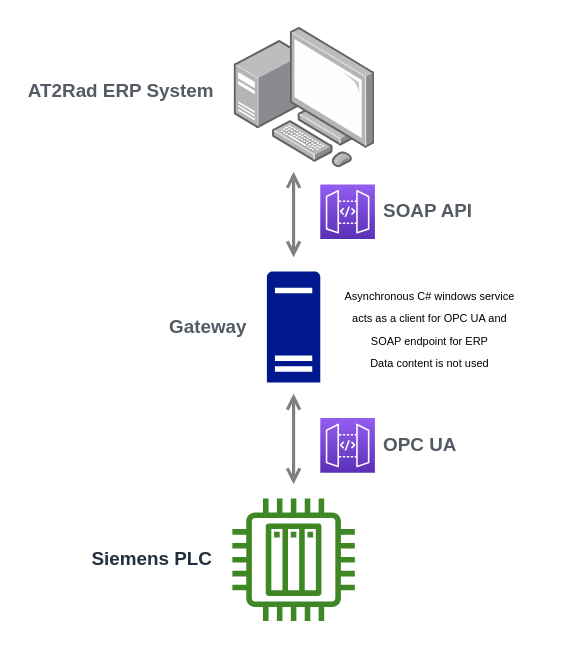
Earlier version of the draw.io diagram Caldan.drawio (GeraltWitcher1/Diagrams). Source tidied: cells renumbered, new cells numbered last; positions are measured from the earlier drawing's top-left corner, leaving out a move shared by most shapes. Both pictures are drawn from the tidied source at 157%, with x=0, y=0 at pixel (232, 27).
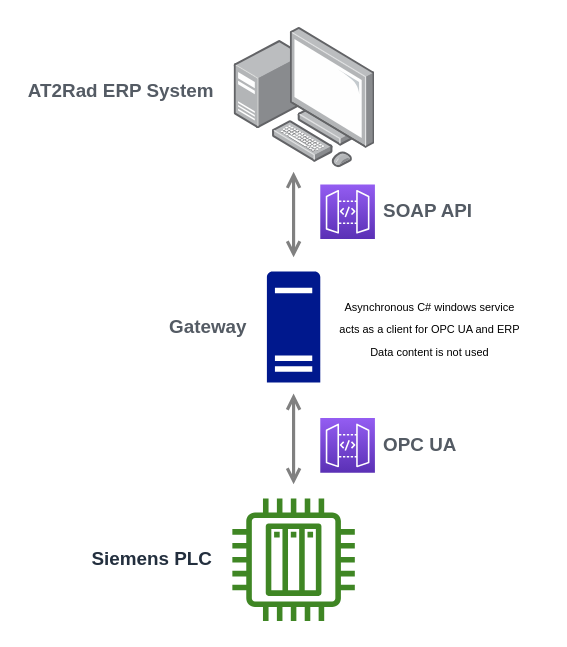
The same page after the edit.

The edit, as a diff of the source:
```diff
@@
 <mxGraphModel>
   <root>
     <mxCell id="0" />
     <mxCell id="1" parent="0" />
     <mxCell id="2" style="edgeStyle=orthogonalEdgeStyle;rounded=0;orthogonalLoop=1;jettySize=auto;html=1;startArrow=open;startFill=0;endArrow=open;endFill=0;strokeWidth=2;strokeColor=#808080;entryX=0.5;entryY=0;entryDx=0;entryDy=0;entryPerimeter=0;" parent="1" edge="1">
       <mxGeometry relative="1" as="geometry">
         <mxPoint x="38.5" y="91.9" as="sourcePoint" />
         <mxPoint x="38.5" y="146.4" as="targetPoint" />
       </mxGeometry>
     </mxCell>
     <mxCell id="3" value="&lt;b&gt;Gateway&lt;/b&gt;" style="sketch=0;shadow=0;dashed=0;html=1;strokeColor=none;labelPosition=left;verticalLabelPosition=middle;verticalAlign=middle;align=right;fillColor=#00188D;shape=mxgraph.mscae.enterprise.server_generic;spacingLeft=4;fontColor=#545B64;spacingRight=12;" parent="1" vertex="1">
       <mxGeometry x="21.5" y="155.4" width="34" height="70.8" as="geometry" />
     </mxCell>
     <mxCell id="4" style="edgeStyle=orthogonalEdgeStyle;rounded=0;orthogonalLoop=1;jettySize=auto;html=1;startArrow=open;startFill=0;endArrow=open;endFill=0;strokeWidth=2;strokeColor=#808080;exitX=0.5;exitY=1;exitDx=0;exitDy=0;exitPerimeter=0;entryX=0.5;entryY=0;entryDx=0;entryDy=0;entryPerimeter=0;" parent="1" edge="1">
       <mxGeometry relative="1" as="geometry">
         <mxPoint x="38.5" y="233.2" as="sourcePoint" />
         <mxPoint x="38.5" y="291" as="targetPoint" />
         <Array as="points">
           <mxPoint x="39" y="257" />
           <mxPoint x="39" y="257" />
         </Array>
       </mxGeometry>
     </mxCell>
     <mxCell id="5" value="SOAP API" style="fontColor=#545B64;gradientColor=#945DF2;gradientDirection=north;fillColor=#5A30B5;strokeColor=#ffffff;dashed=0;verticalLabelPosition=middle;verticalAlign=middle;align=left;html=1;fontSize=12;fontStyle=1;shape=mxgraph.aws4.resourceIcon;resIcon=mxgraph.aws4.api_gateway;labelBackgroundColor=#ffffff;labelPosition=right;spacingRight=12;spacingLeft=4;" parent="1" vertex="1">
       <mxGeometry x="55.5" y="100" width="34.8" height="34.8" as="geometry" />
     </mxCell>
     <mxCell id="6" value="OPC UA" style="fontColor=#545B64;gradientColor=#945DF2;gradientDirection=north;fillColor=#5A30B5;strokeColor=#ffffff;dashed=0;verticalLabelPosition=middle;verticalAlign=middle;align=left;html=1;fontSize=12;fontStyle=1;shape=mxgraph.aws4.resourceIcon;resIcon=mxgraph.aws4.api_gateway;labelBackgroundColor=#ffffff;labelPosition=right;spacingRight=12;spacingLeft=4;" parent="1" vertex="1">
       <mxGeometry x="55.5" y="248.8" width="34.8" height="34.8" as="geometry" />
     </mxCell>
-    <mxCell id="7" value="&lt;span style=&quot;font-size: 7px;&quot;&gt;Asynchronous C# windows service&lt;br&gt;acts as a client for OPC UA and&lt;br&gt;SOAP endpoint for ERP&lt;br&gt;Data content is not used&lt;br&gt;&lt;/span&gt;" style="text;html=1;align=center;verticalAlign=middle;strokeColor=none;fillColor=none;" parent="1" vertex="1">
-      <mxGeometry x="60" y="155.8" width="130" height="70" as="geometry" />
+    <mxCell id="7" value="&lt;span style=&quot;font-size: 7px;&quot;&gt;Asynchronous C# windows service&lt;br&gt;acts as a client for OPC UA and&amp;nbsp;ERP&lt;br&gt;Data content is not used&lt;br&gt;&lt;/span&gt;" style="text;html=1;align=center;verticalAlign=middle;strokeColor=none;fillColor=none;" parent="1" vertex="1">
+      <mxGeometry x="55" y="160.8" width="140" height="60" as="geometry" />
     </mxCell>
     <mxCell id="8" value="&#10;&lt;span style=&quot;color: rgb(84, 91, 100); font-family: Helvetica; font-size: 12px; font-style: normal; font-variant-ligatures: normal; font-variant-caps: normal; font-weight: 700; letter-spacing: normal; orphans: 2; text-align: right; text-indent: 0px; text-transform: none; widows: 2; word-spacing: 0px; -webkit-text-stroke-width: 0px; background-color: rgb(255, 255, 255); text-decoration-thickness: initial; text-decoration-style: initial; text-decoration-color: initial; float: none; display: inline !important;&quot;&gt;AT2Rad ERP System&lt;/span&gt;&#10;&#10;" style="html=1;align=right;shadow=0;dashed=0;image;image=img/lib/allied_telesis/computer_and_terminals/Personal_Computer_with_Server.svg;fontSize=7;labelPosition=left;verticalLabelPosition=middle;verticalAlign=middle;spacingLeft=4;spacingRight=12;" parent="1" vertex="1">
       <mxGeometry x="0.8" width="89.7" height="89.7" as="geometry" />
     </mxCell>
     <mxCell id="9" value="&lt;b&gt;Siemens PLC&lt;/b&gt;" style="sketch=0;fontColor=#232F3E;gradientColor=none;fillColor=#3F8624;strokeColor=none;dashed=0;verticalLabelPosition=middle;verticalAlign=middle;align=right;html=1;fontSize=12;fontStyle=0;shape=mxgraph.aws4.iot_thing_plc;labelPosition=left;spacingRight=12;" parent="1" vertex="1">
       <mxGeometry x="-0.5" y="300" width="78" height="78" as="geometry" />
     </mxCell>
   </root>
 </mxGraphModel>
```
